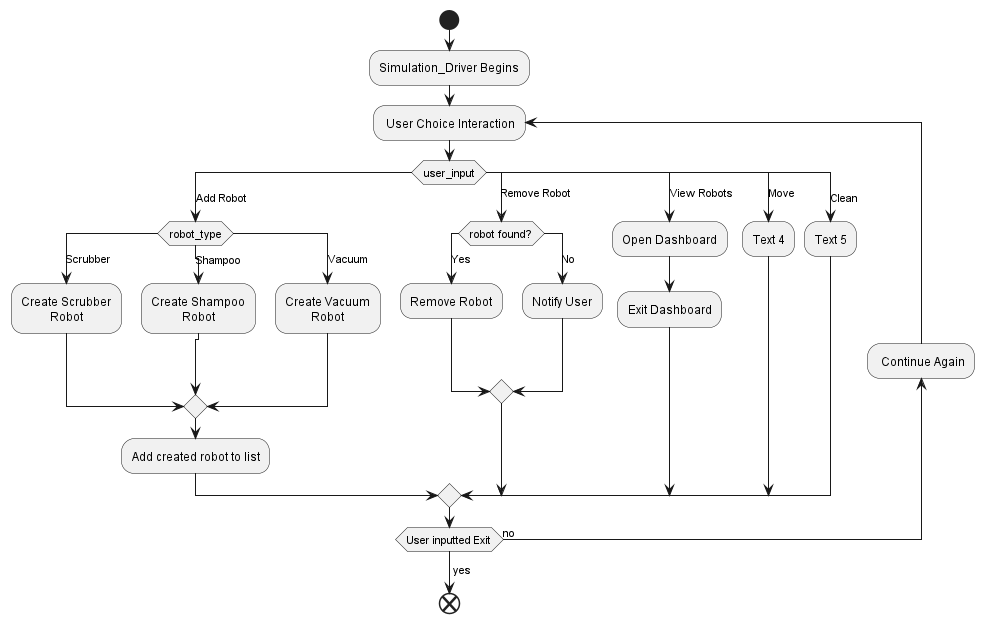
Before: docs/design/activity_diagrams/Simulator.png, a diagram exported from PlantUML (ur-swe-fa24/main-project-snoopy-corp). Source of this version:
```plantuml
@startuml Simulator
skinparam defaultTextAlignment center

start
:Simulation_Driver Begins;

repeat: User Choice Interaction
    switch (user_input)
    case (Add Robot)
        switch (robot_type)
            case(Scrubber)
            :Create Scrubber\nRobot;
            case(Shampoo)
            :Create Shampoo\nRobot;
            case(Vacuum)
            :Create Vacuum\nRobot;
        endswitch
    :Add created robot to list;
    case (Remove Robot)
        switch (robot found?)
            case(Yes)
            :Remove Robot;
            case(No)
            :Notify User;
        endswitch
    case (View Robots)
    :Open Dashboard;
    :Exit Dashboard;
    case (Move)
    :Text 4;
    case (Clean)
    :Text 5;
    endswitch
backward: Continue Again;
repeat while (User inputted Exit) is (no)
->yes;
end
@enduml
```
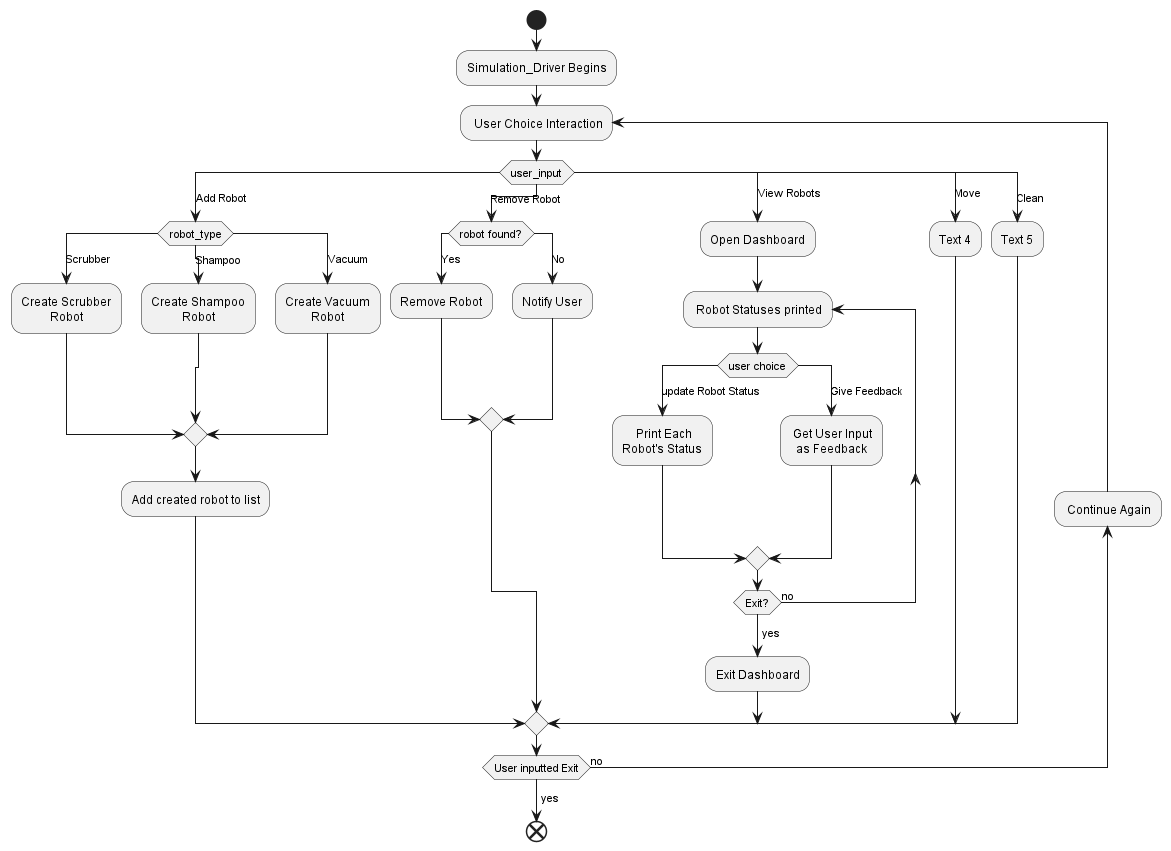
Later version of the same file.

Commit message:
Finished Activity Diagram

What changed in the source:
```diff
@@ -25,6 +25,15 @@
         endswitch
     case (View Robots)
     :Open Dashboard;
+    repeat: Robot Statuses printed
+    switch (user choice)
+        case (update Robot Status)
+        : Print Each\nRobot's Status;
+        case (Give Feedback)
+        : Get User Input\nas Feedback;
+    endswitch
+    repeat while (Exit?) is (no)
+    ->yes;
     :Exit Dashboard;
     case (Move)
     :Text 4;
```
